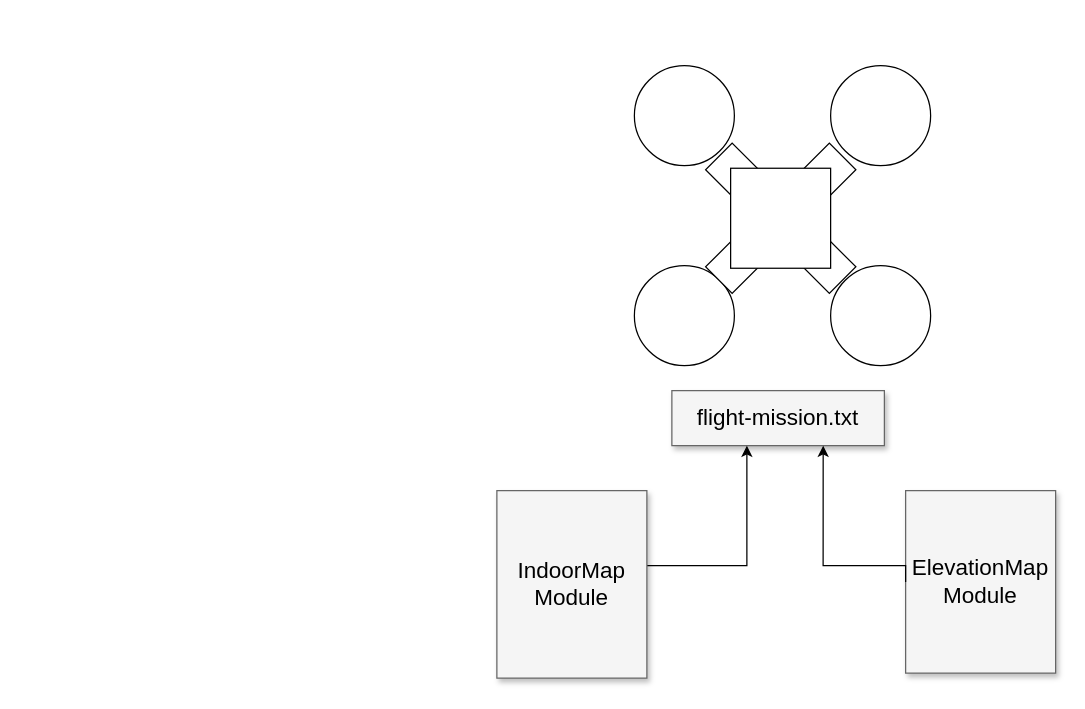
Earlier version of the draw.io diagram schemas/Glover.drawio (aerologos/GClover). Source tidied: cells renumbered, new cells numbered last; positions are measured from the earlier drawing's top-left corner, leaving out a move shared by most shapes. Both pictures are drawn from the tidied source at 125%, with x=0, y=0 at pixel (496, 65).
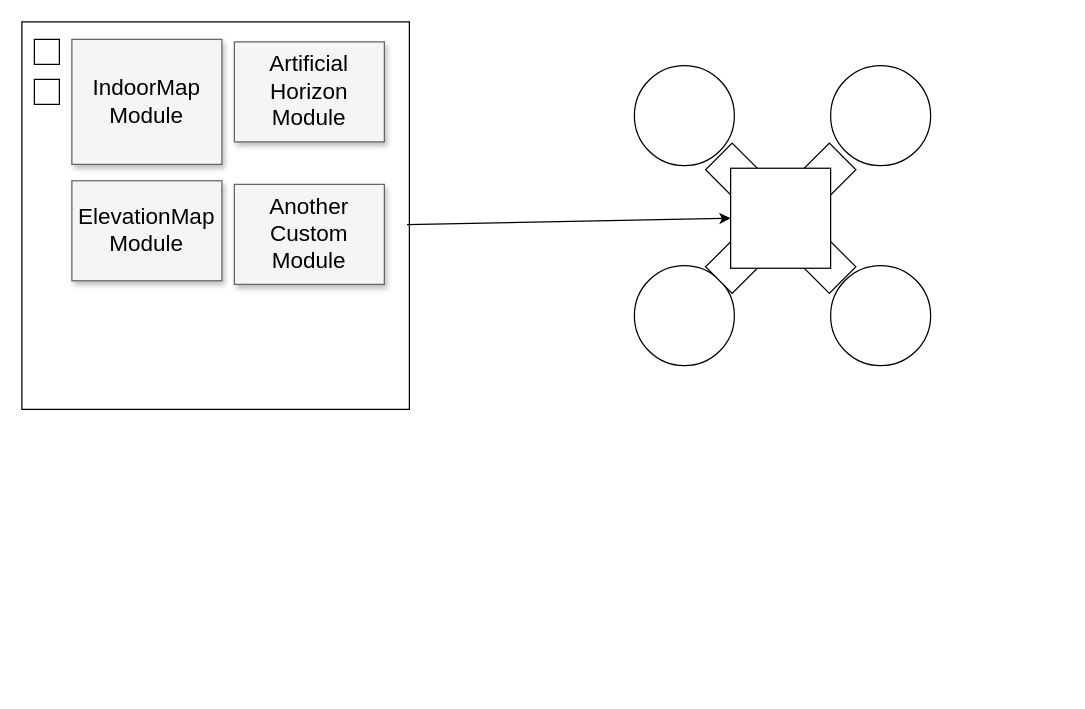
The same diagram, later.

Diff of the diagram source:
```diff
@@
 <mxGraphModel>
   <root>
     <mxCell id="0" />
     <mxCell id="1" parent="0" />
-    <mxCell id="2" value="flight-mission.txt" style="whiteSpace=wrap;html=1;shadow=1;fontSize=18;fillColor=#f5f5f5;strokeColor=#666666;" parent="1" vertex="1">
-      <mxGeometry x="140" y="260" width="170" height="44" as="geometry" />
-    </mxCell>
-    <mxCell id="3" value="ElevationMap&lt;div&gt;Module&lt;/div&gt;" style="whiteSpace=wrap;html=1;shadow=1;fontSize=18;fillColor=#f5f5f5;strokeColor=#666666;" parent="1" vertex="1">
-      <mxGeometry x="327" y="340" width="120" height="146" as="geometry" />
-    </mxCell>
-    <mxCell id="4" style="edgeStyle=elbowEdgeStyle;rounded=0;html=1;startArrow=none;startFill=0;jettySize=auto;fontSize=18;elbow=vertical;" parent="1" edge="1" source="5" target="2">
-      <mxGeometry relative="1" as="geometry">
-        <Array as="points">
-          <mxPoint x="200" y="400" />
-          <mxPoint x="137" y="394" />
-        </Array>
-      </mxGeometry>
-    </mxCell>
-    <mxCell id="5" value="IndoorMap Module" style="whiteSpace=wrap;html=1;shadow=1;fontSize=18;fillColor=#f5f5f5;strokeColor=#666666;" parent="1" vertex="1">
-      <mxGeometry y="340" width="120" height="150" as="geometry" />
-    </mxCell>
     <mxCell id="6" style="ellipse;whiteSpace=wrap;html=1;" parent="1" vertex="1">
       <mxGeometry x="110" width="80" height="80" as="geometry" />
     </mxCell>
     <mxCell id="7" style="ellipse;whiteSpace=wrap;html=1;" parent="1" vertex="1">
       <mxGeometry x="267" width="80" height="80" as="geometry" />
     </mxCell>
     <mxCell id="8" style="ellipse;whiteSpace=wrap;html=1;" parent="1" vertex="1">
       <mxGeometry x="267" y="160" width="80" height="80" as="geometry" />
     </mxCell>
     <mxCell id="9" style="ellipse;whiteSpace=wrap;html=1;" parent="1" vertex="1">
       <mxGeometry x="110" y="160" width="80" height="80" as="geometry" />
     </mxCell>
     <mxCell id="10" style="rounded=0;whiteSpace=wrap;html=1;rotation=45;" parent="1" vertex="1">
       <mxGeometry x="157.1" y="107.1" width="140" height="30" as="geometry" />
     </mxCell>
     <mxCell id="11" style="rounded=0;whiteSpace=wrap;html=1;rotation=-225;" parent="1" vertex="1">
       <mxGeometry x="157.1" y="107.1" width="140" height="30" as="geometry" />
     </mxCell>
     <mxCell id="12" style="whiteSpace=wrap;html=1;" parent="1" vertex="1">
       <mxGeometry x="187" y="82.1" width="80" height="80" as="geometry" />
     </mxCell>
-    <mxCell id="13" style="edgeStyle=orthogonalEdgeStyle;rounded=0;jettySize=auto;html=1;exitX=0;exitY=0.5;exitDx=0;exitDy=0;entryX=0.712;entryY=1;entryDx=0;entryDy=0;entryPerimeter=0;" parent="1" edge="1" source="3" target="2">
-      <mxGeometry relative="1" as="geometry">
-        <Array as="points">
-          <mxPoint x="327" y="400" />
-          <mxPoint x="261" y="400" />
-        </Array>
-      </mxGeometry>
-    </mxCell>
+    <mxCell id="14" style="whiteSpace=wrap;html=1;" parent="1" vertex="1">
+      <mxGeometry x="-380" y="-35" width="310" height="310" as="geometry" />
+    </mxCell>
+    <mxCell id="15" style="rounded=0;whiteSpace=wrap;html=1;" parent="1" vertex="1">
+      <mxGeometry x="-370" y="-21" width="20" height="20" as="geometry" />
+    </mxCell>
+    <mxCell id="16" style="rounded=0;whiteSpace=wrap;html=1;" parent="1" vertex="1">
+      <mxGeometry x="-370" y="11" width="20" height="20" as="geometry" />
+    </mxCell>
+    <mxCell id="5" value="IndoorMap Module" style="whiteSpace=wrap;html=1;shadow=1;fontSize=18;fillColor=#f5f5f5;strokeColor=#666666;" parent="1" vertex="1">
+      <mxGeometry x="-340" y="-21" width="120" height="100" as="geometry" />
+    </mxCell>
+    <mxCell id="3" value="ElevationMap&lt;div&gt;Module&lt;/div&gt;" style="whiteSpace=wrap;html=1;shadow=1;fontSize=18;fillColor=#f5f5f5;strokeColor=#666666;" parent="1" vertex="1">
+      <mxGeometry x="-340" y="92.1" width="120" height="80" as="geometry" />
+    </mxCell>
+    <mxCell id="17" value="Artificial Horizon&lt;div&gt;&lt;div&gt;Module&lt;/div&gt;&lt;/div&gt;" style="whiteSpace=wrap;html=1;shadow=1;fontSize=18;fillColor=#f5f5f5;strokeColor=#666666;" parent="1" vertex="1">
+      <mxGeometry x="-210" y="-19" width="120" height="80" as="geometry" />
+    </mxCell>
+    <mxCell id="18" value="Another Custom&lt;div&gt;Module&lt;/div&gt;" style="whiteSpace=wrap;html=1;shadow=1;fontSize=18;fillColor=#f5f5f5;strokeColor=#666666;" parent="1" vertex="1">
+      <mxGeometry x="-210" y="95" width="120" height="80" as="geometry" />
+    </mxCell>
+    <mxCell id="19" style="endArrow=classic;html=1;rounded=0;exitX=0.994;exitY=0.523;exitDx=0;exitDy=0;exitPerimeter=0;entryX=0;entryY=0.5;entryDx=0;entryDy=0;" parent="1" edge="1" source="14" target="12">
+      <mxGeometry relative="1" as="geometry" />
+    </mxCell>
   </root>
 </mxGraphModel>
```
